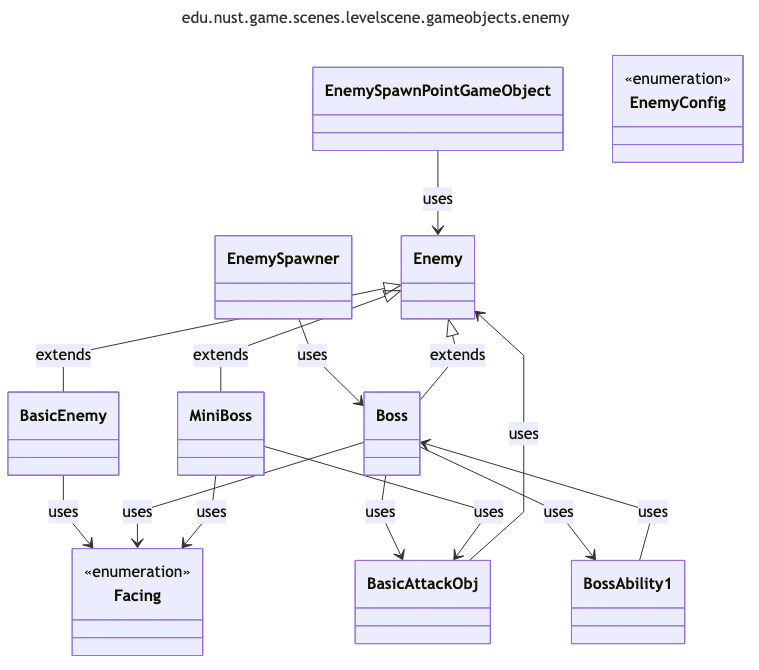
This is uml/generated/png/package_edu_nust_game_scenes_levelscene_gameobjects_enemy.png from zombie-zero-nust/zombie-zero, a Mermaid export, as it was before one commit. Its source is kept beside it as uml/generated/mmd/package_edu_nust_game_scenes_levelscene_gameobjects_enemy.mmd. The source it was exported from:
```mermaid
---
title: edu.nust.game.scenes.levelscene.gameobjects.enemy
config:
  look: classic
  layout: dagre
  flowchart:
    curve: linear
  class:
    defaultRenderer: dagre-wrapper
---
classDiagram
class EnemySpawnPointGameObject
class BasicEnemy
class MiniBoss
class EnemySpawner
class Facing <<enumeration>>
class BasicAttackObj
class Boss
class Enemy
class BossAbility1
class EnemyConfig <<enumeration>>
EnemySpawnPointGameObject --> Enemy : uses
EnemySpawner --> Boss : uses
BasicAttackObj --> Enemy : uses
BossAbility1 --> Boss : uses
Enemy <|-- BasicEnemy : extends
BasicEnemy --> Facing : uses
Boss --> BasicAttackObj : uses
Boss --> BossAbility1 : uses
Enemy <|-- Boss : extends
Boss --> Facing : uses
MiniBoss --> BasicAttackObj : uses
Enemy <|-- MiniBoss : extends
MiniBoss --> Facing : uses
```
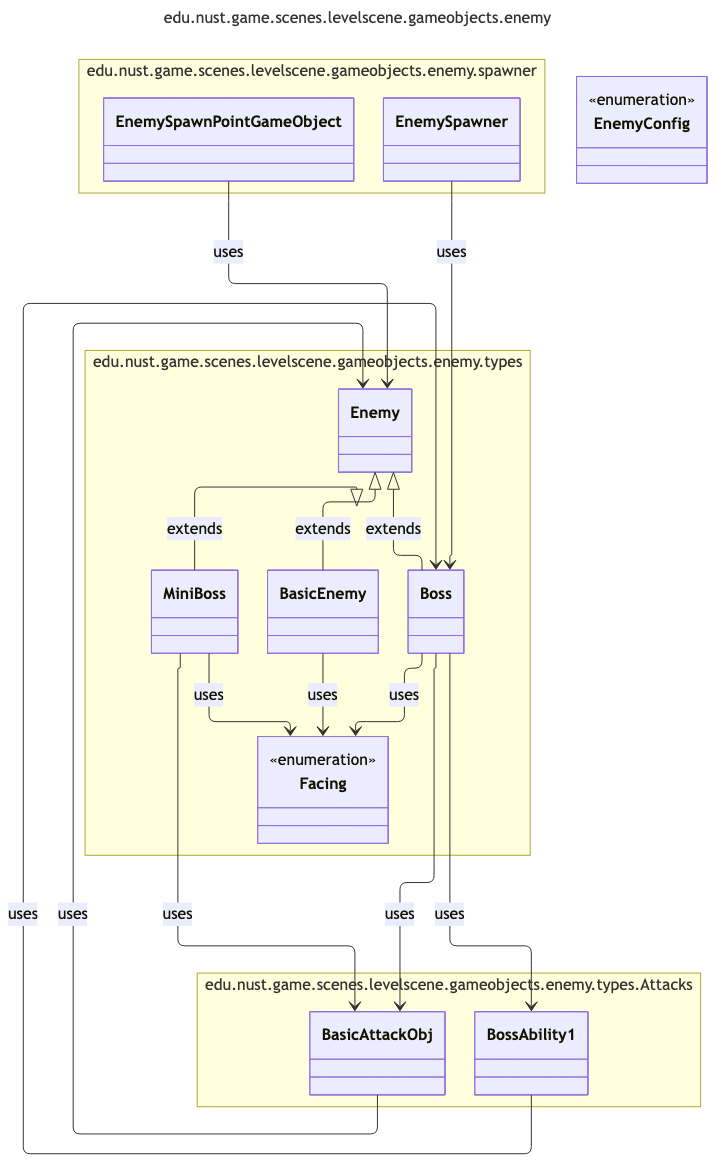
The same diagram one commit later.

Diff of the diagram source:
```diff
@@ -2,23 +2,29 @@
 title: edu.nust.game.scenes.levelscene.gameobjects.enemy
 config:
   look: classic
-  layout: dagre
+  layout: elk
   flowchart:
     curve: linear
   class:
     defaultRenderer: dagre-wrapper
 ---
 classDiagram
-class EnemySpawnPointGameObject
-class BasicEnemy
-class MiniBoss
-class EnemySpawner
-class Facing <<enumeration>>
-class BasicAttackObj
-class Boss
-class Enemy
-class BossAbility1
-class EnemyConfig <<enumeration>>
+  class EnemyConfig <<enumeration>>
+namespace edu.nust.game.scenes.levelscene.gameobjects.enemy.spawner {
+  class EnemySpawnPointGameObject
+  class EnemySpawner
+}
+namespace edu.nust.game.scenes.levelscene.gameobjects.enemy.types {
+  class MiniBoss
+  class BasicEnemy
+  class Facing <<enumeration>>
+  class Boss
+  class Enemy
+}
+namespace edu.nust.game.scenes.levelscene.gameobjects.enemy.types.Attacks {
+  class BossAbility1
+  class BasicAttackObj
+}
 EnemySpawnPointGameObject --> Enemy : uses
 EnemySpawner --> Boss : uses
 BasicAttackObj --> Enemy : uses
```
